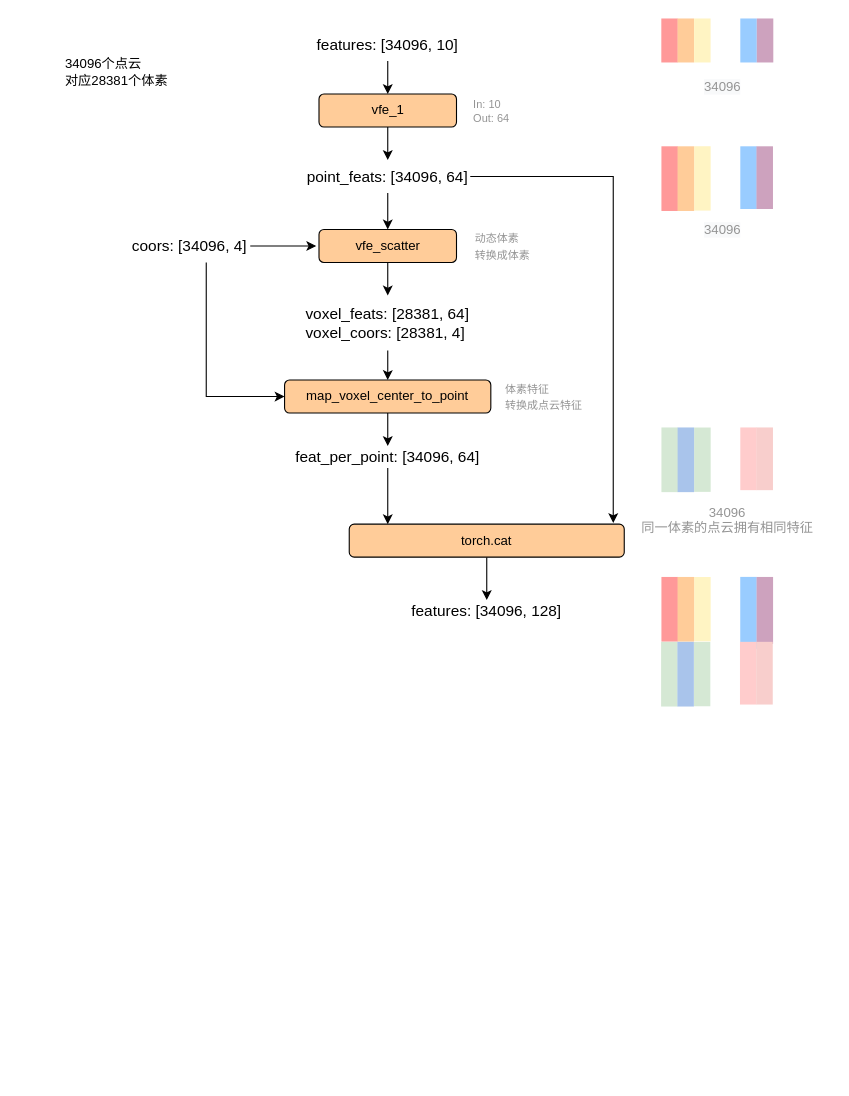
Earlier version of the draw.io diagram mvx-point.drawio (wennieWN/UML). Source tidied: cells renumbered, new cells numbered last; positions are measured from the earlier drawing's top-left corner, leaving out a move shared by most shapes. Both pictures are drawn from the tidied source at 110%, with x=0, y=0 at pixel (63, 28).
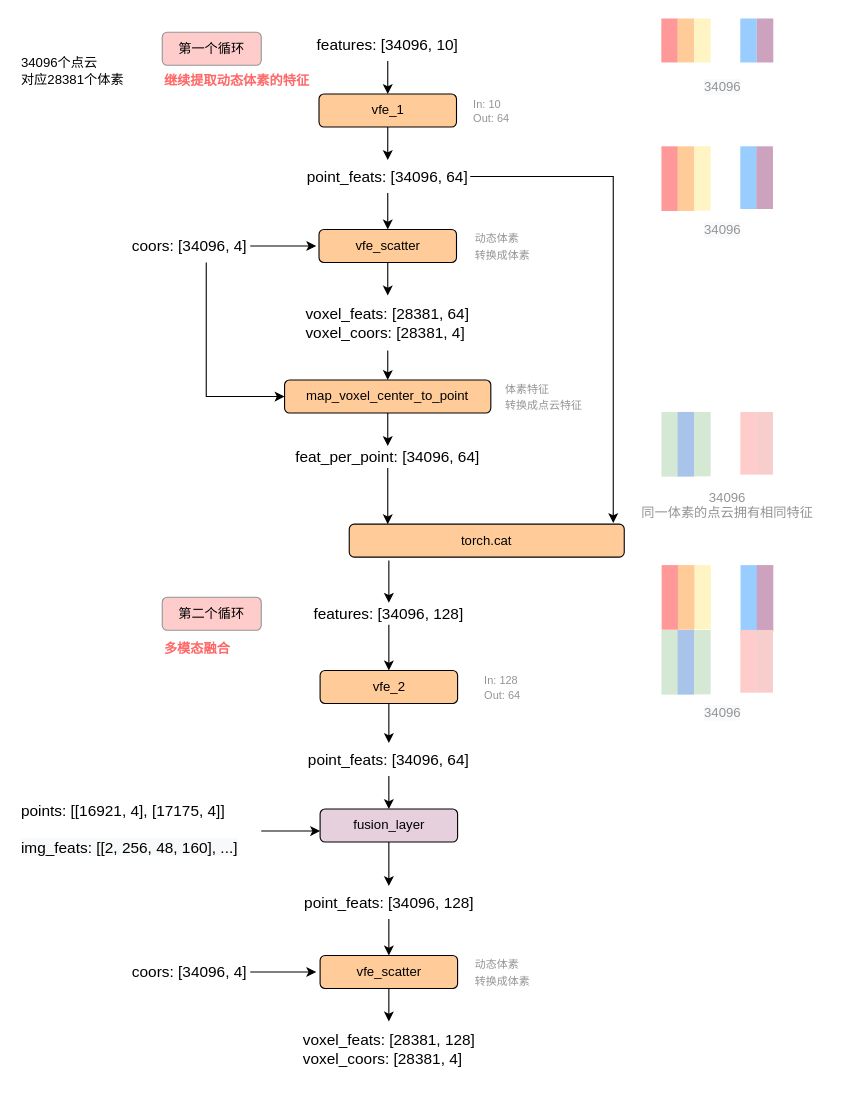
The same page after the edit.

Unchanged cells that the change refers to:
```xml
<mxCell id="43" value="torch.cat" style="rounded=1;whiteSpace=wrap;html=1;fillColor=#FFCC99;" parent="1" vertex="1">
  <mxGeometry x="260" y="451" width="250" height="30" as="geometry" />
</mxCell>
```

What changed in the source:
```diff
@@
     <mxCell id="18" value="34096个点云&lt;br&gt;对应28381个体素" style="text;html=1;strokeColor=none;fillColor=none;align=left;verticalAlign=middle;whiteSpace=wrap;rounded=0;" parent="1" vertex="1">
-      <mxGeometry y="20" width="160" height="40" as="geometry" />
+      <mxGeometry x="-40" y="18.8" width="160" height="40" as="geometry" />
     </mxCell>
@@
     <mxCell id="34" style="rounded=0;whiteSpace=wrap;html=1;rotation=90;fillColor=#D5E8D4;strokeColor=none;" parent="1" vertex="1">
-      <mxGeometry x="521.9" y="385" width="58.8" height="15" as="geometry" />
+      <mxGeometry x="521.9" y="370.9" width="58.8" height="15" as="geometry" />
     </mxCell>
     <mxCell id="35" style="rounded=0;whiteSpace=wrap;html=1;rotation=90;fillColor=#D5E8D4;strokeColor=none;" parent="1" vertex="1">
-      <mxGeometry x="551.8" y="384.9" width="58.5" height="15" as="geometry" />
+      <mxGeometry x="551.8" y="370.8" width="58.5" height="15" as="geometry" />
     </mxCell>
     <mxCell id="36" style="rounded=0;whiteSpace=wrap;html=1;rotation=90;fillColor=#FFCCCC;strokeColor=none;" parent="1" vertex="1">
-      <mxGeometry x="594.5" y="384.1" width="57" height="15" as="geometry" />
+      <mxGeometry x="594.5" y="370" width="57" height="15" as="geometry" />
     </mxCell>
     <mxCell id="37" style="rounded=0;whiteSpace=wrap;html=1;rotation=90;fillColor=#A9C4EB;strokeColor=none;" parent="1" vertex="1">
-      <mxGeometry x="536.6" y="385" width="58.8" height="15" as="geometry" />
+      <mxGeometry x="536.6" y="370.9" width="58.8" height="15" as="geometry" />
     </mxCell>
     <mxCell id="38" style="rounded=0;whiteSpace=wrap;html=1;rotation=90;fillColor=#F8CECC;strokeColor=none;" parent="1" vertex="1">
-      <mxGeometry x="609.2" y="384.1" width="57" height="15" as="geometry" />
+      <mxGeometry x="609.2" y="370" width="57" height="15" as="geometry" />
     </mxCell>
@@
     <mxCell id="41" value="&lt;div style=&quot;text-align: center&quot;&gt;&lt;span style=&quot;color: rgb(148 , 148 , 148) ; font-family: &amp;#34;helvetica&amp;#34;&quot;&gt;34096&lt;/span&gt;&lt;/div&gt;&lt;span style=&quot;font-family: &amp;#34;helvetica&amp;#34; ; font-style: normal ; font-weight: 400 ; letter-spacing: normal ; text-indent: 0px ; text-transform: none ; word-spacing: 0px ; background-color: rgb(248 , 249 , 250) ; display: inline ; float: none&quot;&gt;&lt;div style=&quot;text-align: center&quot;&gt;&lt;span style=&quot;color: rgb(148 , 148 , 148)&quot;&gt;同一体素的点云拥有相同特征&lt;/span&gt;&lt;/div&gt;&lt;/span&gt;" style="text;whiteSpace=wrap;html=1;strokeColor=none;" parent="1" vertex="1">
-      <mxGeometry x="523.6" y="427" width="174" height="50" as="geometry" />
+      <mxGeometry x="523.6" y="412.9" width="174" height="50" as="geometry" />
     </mxCell>
-    <mxCell id="42" style="edgeStyle=orthogonalEdgeStyle;rounded=0;jettySize=auto;html=1;entryX=0.5;entryY=0;entryDx=0;entryDy=0;" parent="1" edge="1" source="43" target="44">
+    <mxCell id="42" style="edgeStyle=orthogonalEdgeStyle;rounded=0;jettySize=auto;html=1;entryX=0.5;entryY=0;entryDx=0;entryDy=0;exitX=0.144;exitY=1.1;exitDx=0;exitDy=0;exitPerimeter=0;" parent="1" edge="1" source="43" target="44">
       <mxGeometry relative="1" as="geometry" />
     </mxCell>
@@
+    <mxCell id="55" style="edgeStyle=orthogonalEdgeStyle;rounded=0;jettySize=auto;html=1;entryX=0.5;entryY=0;entryDx=0;entryDy=0;" parent="1" edge="1" source="44" target="58">
+      <mxGeometry relative="1" as="geometry" />
+    </mxCell>
     <mxCell id="44" value="&lt;div style=&quot;text-align: left&quot;&gt;&lt;span style=&quot;font-size: 14px&quot;&gt;features: [34096, 128]&lt;/span&gt;&lt;/div&gt;" style="text;html=1;strokeColor=none;fillColor=none;align=center;verticalAlign=middle;whiteSpace=wrap;rounded=0;" parent="1" vertex="1">
-      <mxGeometry x="295" y="520" width="180" height="20" as="geometry" />
+      <mxGeometry x="206" y="522.5" width="180" height="20" as="geometry" />
     </mxCell>
     <mxCell id="45" style="rounded=0;whiteSpace=wrap;html=1;rotation=90;fillColor=#FF9999;strokeColor=none;" parent="1" vertex="1">
-      <mxGeometry x="521.9" y="520.9" width="58.8" height="15" as="geometry" />
+      <mxGeometry x="522.1" y="510.1" width="58.8" height="15" as="geometry" />
     </mxCell>
     <mxCell id="46" style="rounded=0;whiteSpace=wrap;html=1;rotation=90;fillColor=#FFF4C3;strokeColor=none;" parent="1" vertex="1">
-      <mxGeometry x="551.8" y="520.8" width="58.5" height="15" as="geometry" />
+      <mxGeometry x="552" y="510" width="58.5" height="15" as="geometry" />
     </mxCell>
     <mxCell id="47" style="rounded=0;whiteSpace=wrap;html=1;rotation=90;fillColor=#99CCFF;strokeColor=none;" parent="1" vertex="1">
-      <mxGeometry x="590.2" y="524.2" width="65.5" height="15" as="geometry" />
+      <mxGeometry x="590.5" y="513.5" width="65.5" height="15" as="geometry" />
     </mxCell>
     <mxCell id="48" style="rounded=0;whiteSpace=wrap;html=1;rotation=90;fillColor=#FFCC99;strokeColor=none;" parent="1" vertex="1">
-      <mxGeometry x="536.6" y="520.9" width="58.8" height="15" as="geometry" />
+      <mxGeometry x="536.9" y="510.1" width="58.8" height="15" as="geometry" />
     </mxCell>
     <mxCell id="49" style="rounded=0;whiteSpace=wrap;html=1;rotation=90;fillColor=#CDA2BE;strokeColor=none;" parent="1" vertex="1">
-      <mxGeometry x="607.4" y="521.9" width="60.8" height="15" as="geometry" />
+      <mxGeometry x="607.6" y="511.1" width="60.8" height="15" as="geometry" />
     </mxCell>
     <mxCell id="50" style="rounded=0;whiteSpace=wrap;html=1;rotation=90;fillColor=#D5E8D4;strokeColor=none;" parent="1" vertex="1">
-      <mxGeometry x="521.6" y="579.9" width="58.8" height="15" as="geometry" />
+      <mxGeometry x="521.9" y="569.1" width="58.8" height="15" as="geometry" />
     </mxCell>
     <mxCell id="51" style="rounded=0;whiteSpace=wrap;html=1;rotation=90;fillColor=#D5E8D4;strokeColor=none;" parent="1" vertex="1">
-      <mxGeometry x="551.5" y="579.8" width="58.5" height="15" as="geometry" />
+      <mxGeometry x="551.8" y="569" width="58.5" height="15" as="geometry" />
     </mxCell>
     <mxCell id="52" style="rounded=0;whiteSpace=wrap;html=1;rotation=90;fillColor=#FFCCCC;strokeColor=none;" parent="1" vertex="1">
-      <mxGeometry x="594.2" y="579" width="57" height="15" as="geometry" />
+      <mxGeometry x="594.5" y="568.2" width="57" height="15" as="geometry" />
     </mxCell>
     <mxCell id="53" style="rounded=0;whiteSpace=wrap;html=1;rotation=90;fillColor=#A9C4EB;strokeColor=none;" parent="1" vertex="1">
-      <mxGeometry x="536.4" y="579.9" width="58.8" height="15" as="geometry" />
+      <mxGeometry x="536.6" y="569.1" width="58.8" height="15" as="geometry" />
     </mxCell>
     <mxCell id="54" style="rounded=0;whiteSpace=wrap;html=1;rotation=90;fillColor=#F8CECC;strokeColor=none;" parent="1" vertex="1">
-      <mxGeometry x="609" y="579" width="57" height="15" as="geometry" />
+      <mxGeometry x="609.2" y="568.2" width="57" height="15" as="geometry" />
     </mxCell>
+    <mxCell id="56" value="&lt;span style=&quot;font-family: &amp;#34;helvetica&amp;#34; ; font-style: normal ; font-weight: 400 ; letter-spacing: normal ; text-align: center ; text-indent: 0px ; text-transform: none ; word-spacing: 0px ; background-color: rgb(248 , 249 , 250) ; display: inline ; float: none&quot;&gt;&lt;font color=&quot;#949494&quot; style=&quot;font-size: 12px&quot;&gt;34096&lt;/font&gt;&lt;/span&gt;" style="text;whiteSpace=wrap;html=1;strokeColor=none;" parent="1" vertex="1">
+      <mxGeometry x="580.9" y="609.2" width="60" height="30" as="geometry" />
+    </mxCell>
+    <mxCell id="57" style="edgeStyle=orthogonalEdgeStyle;rounded=0;jettySize=auto;html=1;" parent="1" edge="1" source="58" target="61">
+      <mxGeometry relative="1" as="geometry" />
+    </mxCell>
+    <mxCell id="58" value="vfe_2" style="rounded=1;whiteSpace=wrap;html=1;fillColor=#FFCC99;" parent="1" vertex="1">
+      <mxGeometry x="233.5" y="584" width="125" height="30" as="geometry" />
+    </mxCell>
+    <mxCell id="59" value="&lt;div style=&quot;text-align: left&quot;&gt;&lt;font style=&quot;font-size: 10px&quot; color=&quot;#949494&quot;&gt;In: 128&lt;/font&gt;&lt;/div&gt;&lt;font style=&quot;font-size: 10px&quot; color=&quot;#949494&quot;&gt;&lt;div style=&quot;text-align: left&quot;&gt;Out: 64&lt;/div&gt;&lt;/font&gt;" style="text;html=1;strokeColor=none;fillColor=none;align=center;verticalAlign=middle;whiteSpace=wrap;rounded=0;" parent="1" vertex="1">
+      <mxGeometry x="367.5" y="581.5" width="62.5" height="35" as="geometry" />
+    </mxCell>
+    <mxCell id="60" style="edgeStyle=orthogonalEdgeStyle;rounded=0;jettySize=auto;html=1;entryX=0.5;entryY=0;entryDx=0;entryDy=0;" parent="1" edge="1" source="61" target="65">
+      <mxGeometry relative="1" as="geometry" />
+    </mxCell>
+    <mxCell id="61" value="&lt;font style=&quot;font-size: 14px&quot;&gt;point_feats: [34096, 64]&lt;/font&gt;" style="text;html=1;strokeColor=none;fillColor=none;align=center;verticalAlign=middle;whiteSpace=wrap;rounded=0;" parent="1" vertex="1">
+      <mxGeometry x="221" y="650" width="150" height="30" as="geometry" />
+    </mxCell>
+    <mxCell id="62" value="第一个循环" style="rounded=1;whiteSpace=wrap;html=1;strokeColor=#949494;fillColor=#FFCCCC;" parent="1" vertex="1">
+      <mxGeometry x="90" y="3.8" width="90" height="30" as="geometry" />
+    </mxCell>
+    <mxCell id="63" value="第二个循环" style="rounded=1;whiteSpace=wrap;html=1;strokeColor=#949494;fillColor=#FFCCCC;" parent="1" vertex="1">
+      <mxGeometry x="90" y="517.5" width="90" height="30" as="geometry" />
+    </mxCell>
+    <mxCell id="64" style="edgeStyle=orthogonalEdgeStyle;rounded=0;jettySize=auto;html=1;" parent="1" edge="1" source="65" target="70">
+      <mxGeometry relative="1" as="geometry" />
+    </mxCell>
+    <mxCell id="65" value="fusion_layer" style="rounded=1;whiteSpace=wrap;html=1;fillColor=#E6D0DE;" parent="1" vertex="1">
+      <mxGeometry x="233.5" y="710" width="125" height="30" as="geometry" />
+    </mxCell>
+    <mxCell id="66" value="&lt;div&gt;&lt;span style=&quot;font-size: 14px&quot;&gt;points: [[16921, 4], [17175, 4]]&lt;/span&gt;&lt;/div&gt;" style="text;html=1;strokeColor=none;fillColor=none;align=left;verticalAlign=middle;whiteSpace=wrap;rounded=0;" parent="1" vertex="1">
+      <mxGeometry x="-40" y="693" width="210" height="37" as="geometry" />
+    </mxCell>
+    <mxCell id="67" style="edgeStyle=orthogonalEdgeStyle;rounded=0;jettySize=auto;html=1;exitX=1;exitY=0;exitDx=0;exitDy=0;" parent="1" edge="1" source="68" target="65">
+      <mxGeometry relative="1" as="geometry">
+        <Array as="points">
+          <mxPoint x="180" y="730" />
+        </Array>
+      </mxGeometry>
+    </mxCell>
+    <mxCell id="68" value="&lt;span style=&quot;color: rgb(0, 0, 0); font-family: helvetica; font-size: 14px; font-style: normal; font-weight: 400; letter-spacing: normal; text-align: left; text-indent: 0px; text-transform: none; word-spacing: 0px; background-color: rgb(248, 249, 250); display: inline; float: none;&quot;&gt;img_feats: [[2, 256, 48, 160], ...]&lt;/span&gt;" style="text;whiteSpace=wrap;html=1;" parent="1" vertex="1">
+      <mxGeometry x="-40" y="730" width="220" height="30" as="geometry" />
+    </mxCell>
+    <mxCell id="69" style="edgeStyle=orthogonalEdgeStyle;rounded=0;jettySize=auto;html=1;" parent="1" edge="1" source="70" target="72">
+      <mxGeometry relative="1" as="geometry" />
+    </mxCell>
+    <mxCell id="70" value="&lt;font style=&quot;font-size: 14px&quot;&gt;point_feats: [34096, 128]&lt;/font&gt;" style="text;html=1;strokeColor=none;fillColor=none;align=center;verticalAlign=middle;whiteSpace=wrap;rounded=0;" parent="1" vertex="1">
+      <mxGeometry x="206.5" y="780" width="179" height="30" as="geometry" />
+    </mxCell>
+    <mxCell id="71" style="edgeStyle=orthogonalEdgeStyle;rounded=0;jettySize=auto;html=1;" parent="1" edge="1" source="72" target="75">
+      <mxGeometry relative="1" as="geometry" />
+    </mxCell>
+    <mxCell id="72" value="vfe_scatter" style="rounded=1;whiteSpace=wrap;html=1;fillColor=#FFCC99;" parent="1" vertex="1">
+      <mxGeometry x="233.5" y="843.1" width="125" height="30" as="geometry" />
+    </mxCell>
+    <mxCell id="73" style="edgeStyle=orthogonalEdgeStyle;rounded=0;jettySize=auto;html=1;" parent="1" edge="1" source="74">
+      <mxGeometry relative="1" as="geometry">
+        <mxPoint x="230" y="858.1" as="targetPoint" />
+      </mxGeometry>
+    </mxCell>
+    <mxCell id="74" value="&lt;font style=&quot;font-size: 14px&quot;&gt;coors: [34096, 4]&lt;/font&gt;" style="text;html=1;strokeColor=none;fillColor=none;align=center;verticalAlign=middle;whiteSpace=wrap;rounded=0;" parent="1" vertex="1">
+      <mxGeometry x="60" y="843.1" width="110" height="30" as="geometry" />
+    </mxCell>
+    <mxCell id="75" value="&lt;div style=&quot;text-align: left&quot;&gt;&lt;span style=&quot;font-size: 14px&quot;&gt;voxel_feats: [28381, 128]&lt;/span&gt;&lt;/div&gt;&lt;font style=&quot;font-size: 14px&quot;&gt;&lt;div style=&quot;text-align: left&quot;&gt;&lt;span&gt;voxel_coors: [28381, 4]&lt;/span&gt;&lt;/div&gt;&lt;/font&gt;" style="text;html=1;strokeColor=none;fillColor=none;align=center;verticalAlign=middle;whiteSpace=wrap;rounded=0;" parent="1" vertex="1">
+      <mxGeometry x="209.6" y="903.1" width="172.8" height="50" as="geometry" />
+    </mxCell>
+    <mxCell id="76" value="&lt;div style=&quot;text-align: left&quot;&gt;&lt;span style=&quot;font-size: 10px&quot;&gt;&lt;font color=&quot;#949494&quot;&gt;动态体素&lt;/font&gt;&lt;/span&gt;&lt;/div&gt;&lt;div style=&quot;text-align: left&quot;&gt;&lt;span style=&quot;font-size: 10px&quot;&gt;&lt;font color=&quot;#949494&quot;&gt;转换成体素&lt;/font&gt;&lt;/span&gt;&lt;/div&gt;" style="text;html=1;strokeColor=none;fillColor=none;align=center;verticalAlign=middle;whiteSpace=wrap;rounded=0;" parent="1" vertex="1">
+      <mxGeometry x="357.5" y="840" width="82.5" height="36.2" as="geometry" />
+    </mxCell>
+    <mxCell id="77" value="&lt;b&gt;&lt;font color=&quot;#ff6666&quot;&gt;继续提取动态体素的特征&lt;/font&gt;&lt;/b&gt;" style="text;html=1;strokeColor=none;fillColor=none;align=center;verticalAlign=middle;whiteSpace=wrap;rounded=0;" parent="1" vertex="1">
+      <mxGeometry x="82.5" y="37.5" width="150" height="20" as="geometry" />
+    </mxCell>
+    <mxCell id="78" value="&lt;b&gt;&lt;font color=&quot;#ff6666&quot;&gt;多模态融合&lt;/font&gt;&lt;/b&gt;" style="text;html=1;strokeColor=none;fillColor=none;align=left;verticalAlign=middle;whiteSpace=wrap;rounded=0;" parent="1" vertex="1">
+      <mxGeometry x="90" y="555" width="150" height="20" as="geometry" />
+    </mxCell>
```
